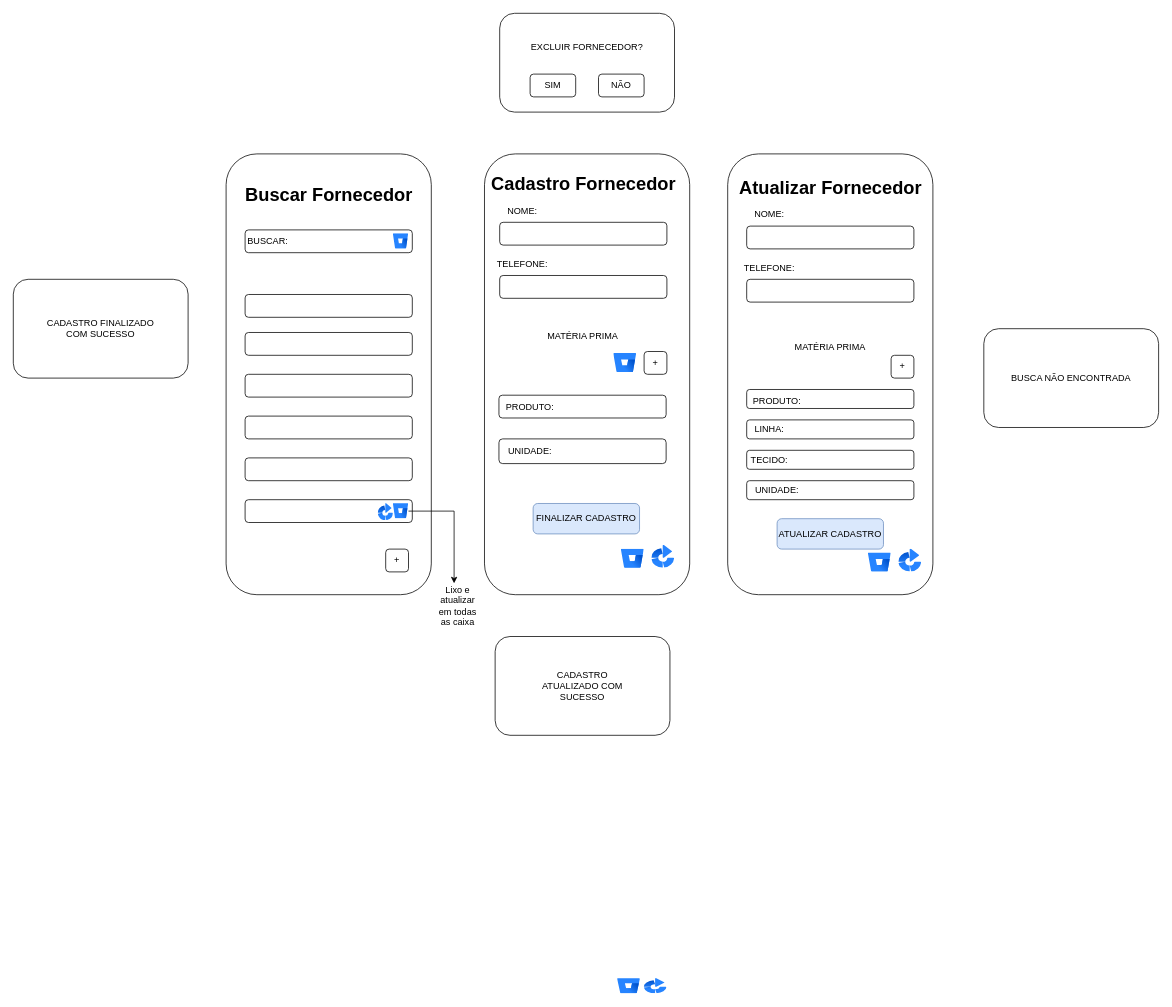
Earlier version of the draw.io diagram page "Página-3" (4 of 6) of DOC/tela.drawio (juliareis14/avatar.app). Source tidied: cells renumbered, new cells numbered last; positions are measured from the earlier drawing's top-left corner, leaving out a move shared by most shapes. Both pictures are drawn from the tidied source at 76%, with x=0, y=0 at pixel (13, 13).
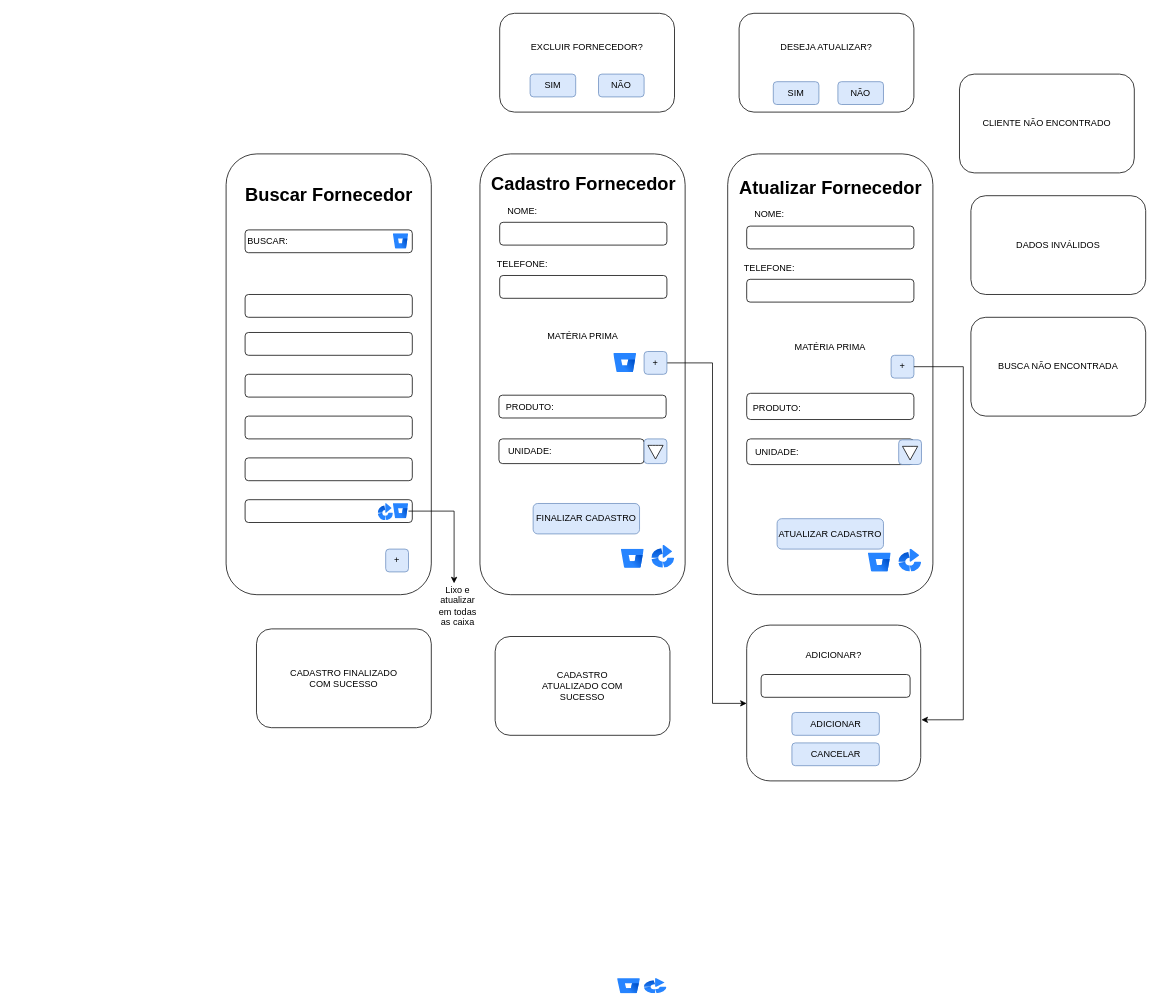
Above is the later version.

Change to the diagram source:
```diff
@@
     <mxCell id="2" style="rounded=1;whiteSpace=wrap;html=1;" parent="1" vertex="1">
-      <mxGeometry x="620" y="185" width="270" height="580" as="geometry" />
+      <mxGeometry x="614" y="185" width="270" height="580" as="geometry" />
     </mxCell>
@@
-    <mxCell id="16" value="SIM" style="rounded=1;whiteSpace=wrap;html=1;" parent="1" vertex="1">
+    <mxCell id="16" value="SIM" style="rounded=1;whiteSpace=wrap;html=1;fillColor=#dae8fc;strokeColor=#6c8ebf;" parent="1" vertex="1">
       <mxGeometry x="680" y="80" width="60" height="30" as="geometry" />
     </mxCell>
-    <mxCell id="17" value="NÃO" style="rounded=1;whiteSpace=wrap;html=1;" parent="1" vertex="1">
+    <mxCell id="17" value="NÃO" style="rounded=1;whiteSpace=wrap;html=1;fillColor=#dae8fc;strokeColor=#6c8ebf;" parent="1" vertex="1">
       <mxGeometry x="770" y="80" width="60" height="30" as="geometry" />
     </mxCell>
@@
     <mxCell id="21" style="rounded=1;whiteSpace=wrap;html=1;" parent="1" vertex="1">
-      <mxGeometry x="639" y="560" width="220" height="32.5" as="geometry" />
+      <mxGeometry x="639" y="560" width="191" height="32.5" as="geometry" />
     </mxCell>
@@
     <mxCell id="36" style="rounded=1;whiteSpace=wrap;html=1;" parent="1" vertex="1">
-      <mxGeometry x="965" y="615" width="220" height="25" as="geometry" />
+      <mxGeometry x="965" y="560" width="220" height="33.8" as="geometry" />
     </mxCell>
@@
     <mxCell id="38" style="rounded=1;whiteSpace=wrap;html=1;" parent="1" vertex="1">
-      <mxGeometry x="965" y="495" width="220" height="25" as="geometry" />
+      <mxGeometry x="965" y="500" width="220" height="34.5" as="geometry" />
     </mxCell>
-    <mxCell id="39" style="rounded=1;whiteSpace=wrap;html=1;" parent="1" vertex="1">
-      <mxGeometry x="965" y="535" width="220" height="25" as="geometry" />
-    </mxCell>
-    <mxCell id="40" style="rounded=1;whiteSpace=wrap;html=1;" parent="1" vertex="1">
-      <mxGeometry x="965" y="575" width="220" height="25" as="geometry" />
-    </mxCell>
     <mxCell id="41" value="PRODUTO:" style="text;html=1;align=center;verticalAlign=middle;whiteSpace=wrap;rounded=0;" parent="1" vertex="1">
-      <mxGeometry x="975" y="495" width="60" height="30" as="geometry" />
+      <mxGeometry x="975" y="505" width="60" height="30" as="geometry" />
     </mxCell>
-    <mxCell id="42" value="LINHA:" style="text;html=1;align=center;verticalAlign=middle;whiteSpace=wrap;rounded=0;" parent="1" vertex="1">
-      <mxGeometry x="965" y="532.5" width="60" height="30" as="geometry" />
-    </mxCell>
-    <mxCell id="43" value="TECIDO:" style="text;html=1;align=center;verticalAlign=middle;whiteSpace=wrap;rounded=0;" parent="1" vertex="1">
-      <mxGeometry x="965" y="572.5" width="60" height="30" as="geometry" />
-    </mxCell>
     <mxCell id="44" value="UNIDADE:" style="text;html=1;align=center;verticalAlign=middle;whiteSpace=wrap;rounded=0;" parent="1" vertex="1">
-      <mxGeometry x="975" y="612.5" width="60" height="30" as="geometry" />
+      <mxGeometry x="975" y="562.5" width="60" height="30" as="geometry" />
     </mxCell>
     <mxCell id="45" style="rounded=1;whiteSpace=wrap;html=1;" parent="1" vertex="1">
-      <mxGeometry y="350" width="230" height="130" as="geometry" />
+      <mxGeometry x="320" y="810" width="230" height="130" as="geometry" />
     </mxCell>
     <mxCell id="46" value="CADASTRO FINALIZADO&lt;div&gt;COM SUCESSO&lt;/div&gt;" style="text;html=1;align=center;verticalAlign=middle;whiteSpace=wrap;rounded=0;" parent="1" vertex="1">
-      <mxGeometry x="40" y="380" width="150" height="70" as="geometry" />
+      <mxGeometry x="360" y="840" width="150" height="70" as="geometry" />
     </mxCell>
@@
     <mxCell id="49" value="BUSCA NÃO ENCONTRADA" style="rounded=1;whiteSpace=wrap;html=1;" parent="1" vertex="1">
-      <mxGeometry x="1277" y="415" width="230" height="130" as="geometry" />
+      <mxGeometry x="1260" y="400" width="230" height="130" as="geometry" />
     </mxCell>
+    <mxCell id="64" style="edgeStyle=orthogonalEdgeStyle;rounded=0;jettySize=auto;html=1;" parent="1" edge="1" source="50" target="66">
+      <mxGeometry relative="1" as="geometry">
+        <Array as="points">
+          <mxPoint x="920" y="460" />
+          <mxPoint x="920" y="908" />
+        </Array>
+      </mxGeometry>
+    </mxCell>
-    <mxCell id="50" value="+" style="rounded=1;whiteSpace=wrap;html=1;direction=south;" parent="1" vertex="1">
+    <mxCell id="50" value="+" style="rounded=1;whiteSpace=wrap;html=1;direction=south;fillColor=#dae8fc;strokeColor=#6c8ebf;" parent="1" vertex="1">
       <mxGeometry x="830" y="445" width="30" height="30" as="geometry" />
     </mxCell>
-    <mxCell id="51" value="+" style="rounded=1;whiteSpace=wrap;html=1;direction=south;" parent="1" vertex="1">
+    <mxCell id="51" value="+" style="rounded=1;whiteSpace=wrap;html=1;direction=south;fillColor=#dae8fc;strokeColor=#6c8ebf;" parent="1" vertex="1">
       <mxGeometry x="1155" y="450" width="30" height="30" as="geometry" />
     </mxCell>
@@
-    <mxCell id="62" value="+" style="rounded=1;whiteSpace=wrap;html=1;direction=south;" parent="1" vertex="1">
+    <mxCell id="62" value="+" style="rounded=1;whiteSpace=wrap;html=1;direction=south;fillColor=#dae8fc;strokeColor=#6c8ebf;" parent="1" vertex="1">
       <mxGeometry x="490" y="705" width="30" height="30" as="geometry" />
     </mxCell>
@@
+    <mxCell id="65" value="DADOS INVÁLIDOS" style="rounded=1;whiteSpace=wrap;html=1;" parent="1" vertex="1">
+      <mxGeometry x="1260" y="240" width="230" height="130" as="geometry" />
+    </mxCell>
+    <mxCell id="66" style="rounded=1;whiteSpace=wrap;html=1;" parent="1" vertex="1">
+      <mxGeometry x="965" y="805" width="229" height="205" as="geometry" />
+    </mxCell>
+    <mxCell id="67" value="ADICIONAR?" style="text;html=1;align=center;verticalAlign=middle;whiteSpace=wrap;rounded=0;" parent="1" vertex="1">
+      <mxGeometry x="969" y="830" width="221" height="30" as="geometry" />
+    </mxCell>
+    <mxCell id="68" style="rounded=1;whiteSpace=wrap;html=1;" parent="1" vertex="1">
+      <mxGeometry x="984" y="870" width="196" height="30" as="geometry" />
+    </mxCell>
+    <mxCell id="69" value="ADICIONAR" style="rounded=1;whiteSpace=wrap;html=1;fillColor=#dae8fc;strokeColor=#6c8ebf;" parent="1" vertex="1">
+      <mxGeometry x="1024.5" y="920" width="115" height="30" as="geometry" />
+    </mxCell>
+    <mxCell id="70" value="CANCELAR" style="rounded=1;whiteSpace=wrap;html=1;fillColor=#dae8fc;strokeColor=#6c8ebf;" parent="1" vertex="1">
+      <mxGeometry x="1024.5" y="960" width="115" height="30" as="geometry" />
+    </mxCell>
+    <mxCell id="71" style="edgeStyle=orthogonalEdgeStyle;rounded=0;jettySize=auto;html=1;entryX=1.004;entryY=0.608;entryDx=0;entryDy=0;entryPerimeter=0;" parent="1" edge="1" source="51" target="66">
+      <mxGeometry relative="1" as="geometry">
+        <Array as="points">
+          <mxPoint x="1250" y="465" />
+          <mxPoint x="1250" y="930" />
+        </Array>
+      </mxGeometry>
+    </mxCell>
+    <mxCell id="72" style="rounded=1;whiteSpace=wrap;html=1;" parent="1" vertex="1">
+      <mxGeometry x="955" width="230" height="130" as="geometry" />
+    </mxCell>
+    <mxCell id="73" value="SIM" style="rounded=1;whiteSpace=wrap;html=1;fillColor=#dae8fc;strokeColor=#6c8ebf;" parent="1" vertex="1">
+      <mxGeometry x="1000" y="90" width="60" height="30" as="geometry" />
+    </mxCell>
+    <mxCell id="74" value="NÃO" style="rounded=1;whiteSpace=wrap;html=1;fillColor=#dae8fc;strokeColor=#6c8ebf;" parent="1" vertex="1">
+      <mxGeometry x="1085" y="90" width="60" height="30" as="geometry" />
+    </mxCell>
+    <mxCell id="75" value="DESEJA ATUALIZAR?" style="text;html=1;align=center;verticalAlign=middle;whiteSpace=wrap;rounded=0;" parent="1" vertex="1">
+      <mxGeometry x="1000" y="30" width="140" height="30" as="geometry" />
+    </mxCell>
+    <mxCell id="76" style="rounded=1;whiteSpace=wrap;html=1;fillColor=#dae8fc;strokeColor=#6c8ebf;" parent="1" vertex="1">
+      <mxGeometry x="830" y="560" width="30" height="32.5" as="geometry" />
+    </mxCell>
+    <mxCell id="77" style="html=1;shadow=0;dashed=0;align=center;verticalAlign=middle;shape=mxgraph.arrows2.arrow;dy=0.6;dx=40;direction=south;notch=0;" parent="1" vertex="1">
+      <mxGeometry x="835" y="568.5" width="20" height="18" as="geometry" />
+    </mxCell>
+    <mxCell id="78" style="rounded=1;whiteSpace=wrap;html=1;fillColor=#dae8fc;strokeColor=#6c8ebf;" parent="1" vertex="1">
+      <mxGeometry x="1165" y="561.2" width="30" height="32.5" as="geometry" />
+    </mxCell>
+    <mxCell id="79" style="html=1;shadow=0;dashed=0;align=center;verticalAlign=middle;shape=mxgraph.arrows2.arrow;dy=0.6;dx=40;direction=south;notch=0;" parent="1" vertex="1">
+      <mxGeometry x="1170" y="569.8" width="20" height="18" as="geometry" />
+    </mxCell>
+    <mxCell id="80" value="CLIENTE NÃO ENCONTRADO" style="rounded=1;whiteSpace=wrap;html=1;" parent="1" vertex="1">
+      <mxGeometry x="1245" y="80" width="230" height="130" as="geometry" />
+    </mxCell>
```
